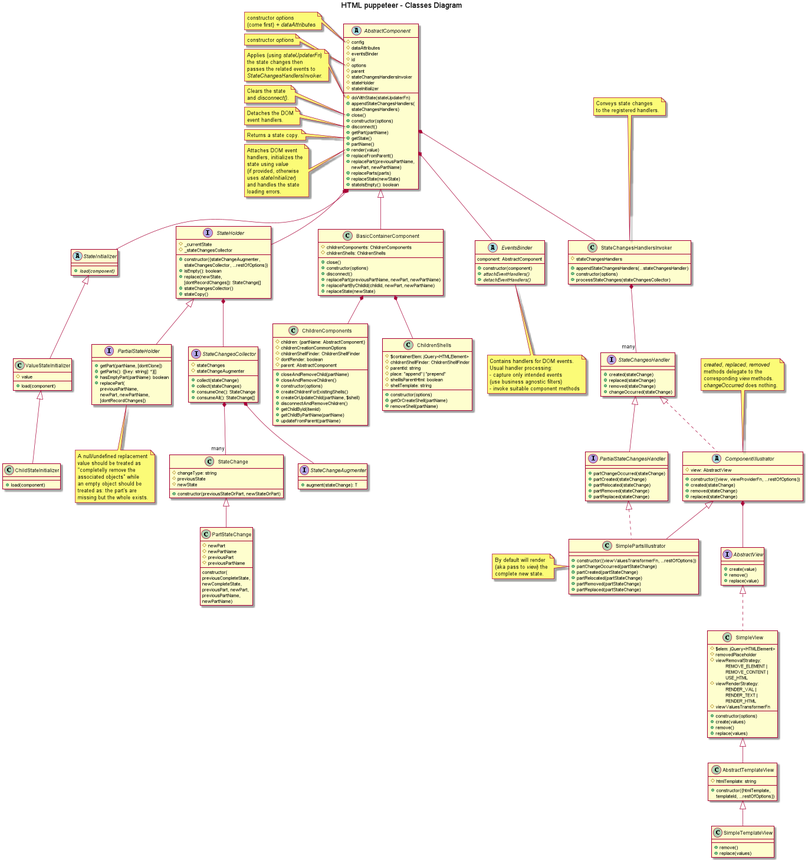
Before: design/classes-diagram-HTML_puppeteer___Classes_Diagram.png, a diagram exported from PlantUML (adrhc/html-puppeteer).
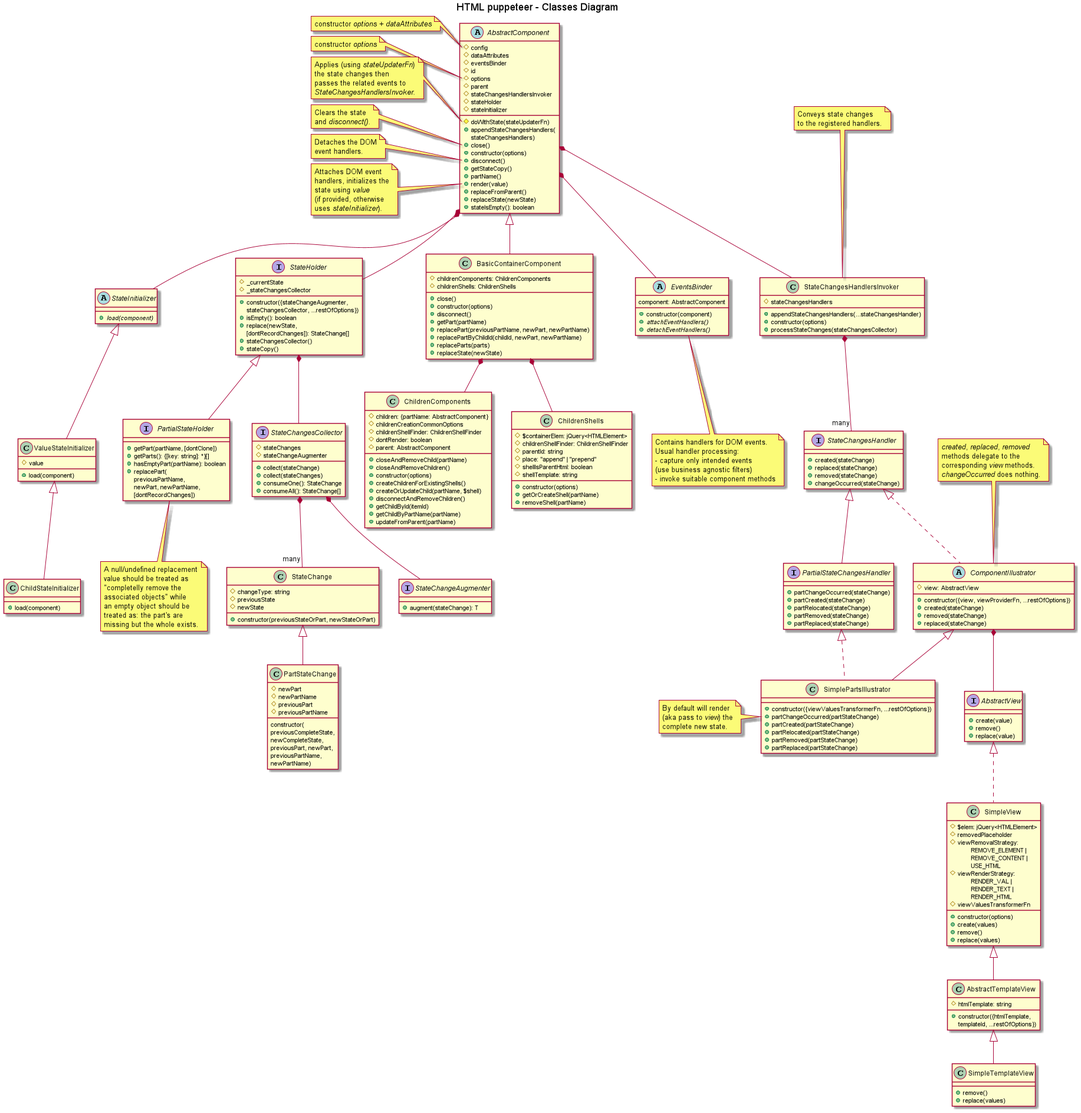
Later version of the same file.

What changed in the source:
```diff
@@ -17,20 +17,16 @@
   +close()
   +constructor(options)
   +disconnect()
-  +getPart(partName)
-  +getState()
+  +getStateCopy()
   +partName()
   +render(value)
   +replaceFromParent()
-  +replacePart(previousPartName, \nnewPart, newPartName)
-  +replaceParts(parts)
   +replaceState(newState)
   +stateIsEmpty(): boolean
 }
 
 note left of AbstractComponent::config
-constructor <i>options</i>
-(come first) + <i>dataAttributes</i>
+constructor <i>options</i> + <i>dataAttributes</i>
 end note
 
 note left of AbstractComponent::options
@@ -54,18 +50,12 @@
 event handlers.
 end note
 
-note left of AbstractComponent::getState
-Returns a state copy.
-end note
-
 note left of AbstractComponent::"render(value)"
 Attaches DOM event
 handlers, initializes the
 state using <i>value</i>
 (if provided, otherwise
-uses <i>stateInitializer</i>)
-and handles the state
-loading errors.
+uses <i>stateInitializer</i>).
 end note
 
 class ChildrenShells {
@@ -187,8 +177,10 @@
   +close()
   +constructor(options)
   +disconnect()
+  +getPart(partName)
   +replacePart(previousPartName, newPart, newPartName)
   +replacePartByChildId(childId, newPart, newPartName)
+  +replaceParts(parts)
   +replaceState(newState)
 }
 
```
